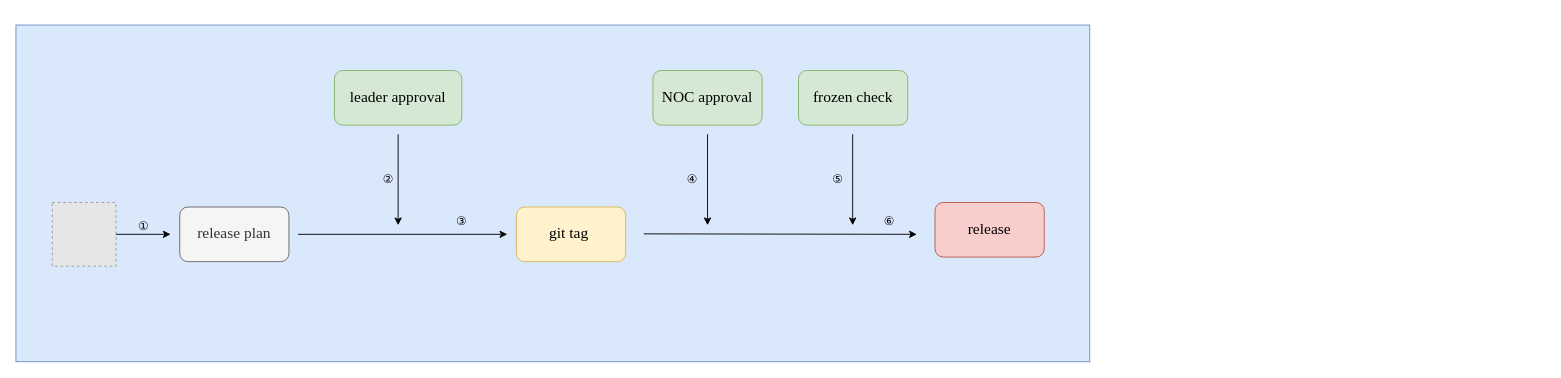
This is configs-infra-cd.drawio from YanshanSong/draw.io, a draw.io file, before an edit. Source tidied: cells renumbered, new cells numbered last; positions are measured from the earlier drawing's top-left corner, leaving out a move shared by most shapes. Both pictures are drawn from the tidied source at 91%, with x=0, y=0 at pixel (15, 25). Pictures stored in the file or linked from it are replaced by grey dashed boxes.
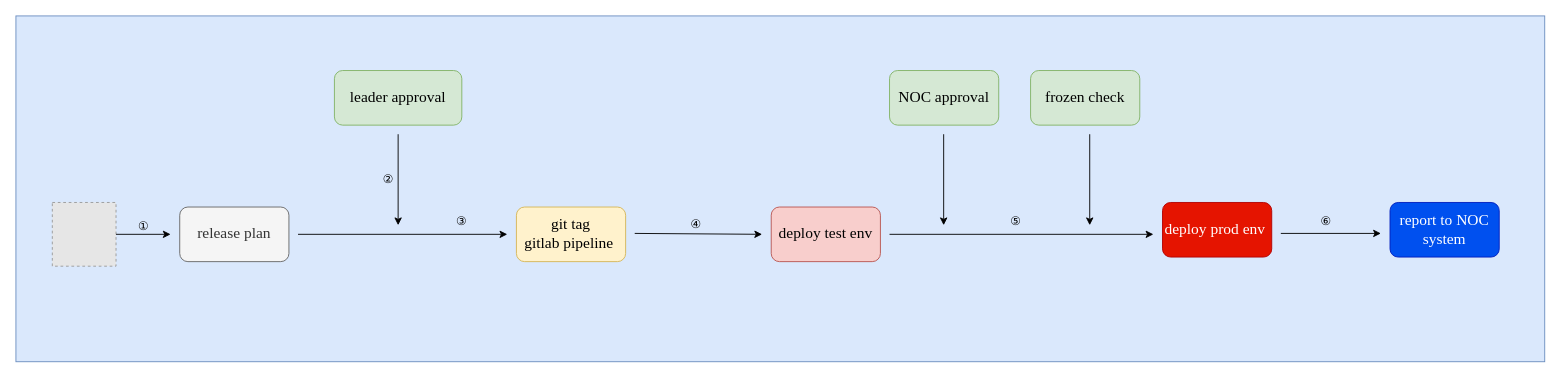
The same page after the edit.

The edit, as a diff of the source:
```diff
@@
     <mxCell id="2" style="rounded=0;whiteSpace=wrap;html=1;fillColor=#dae8fc;strokeColor=#6c8ebf;fontFamily=Times New Roman;" parent="1" vertex="1">
-      <mxGeometry width="1180" height="370" as="geometry" />
+      <mxGeometry y="-10" width="1680" height="380" as="geometry" />
     </mxCell>
@@
-    <mxCell id="8" value="git tag&amp;nbsp;" style="rounded=1;whiteSpace=wrap;html=1;fillColor=#fff2cc;strokeColor=#d6b656;fontFamily=Times New Roman;fontSize=17;" parent="1" vertex="1">
+    <mxCell id="8" value="git tag&lt;br&gt;gitlab pipeline&amp;nbsp;" style="rounded=1;whiteSpace=wrap;html=1;fillColor=#fff2cc;strokeColor=#d6b656;fontFamily=Times New Roman;fontSize=17;" parent="1" vertex="1">
       <mxGeometry x="550" y="200" width="120" height="60" as="geometry" />
     </mxCell>
     <mxCell id="9" value="NOC approval" style="rounded=1;whiteSpace=wrap;html=1;fillColor=#d5e8d4;strokeColor=#82b366;fontFamily=Times New Roman;fontSize=17;" parent="1" vertex="1">
-      <mxGeometry x="700" y="50" width="120" height="60" as="geometry" />
+      <mxGeometry x="960" y="50" width="120" height="60" as="geometry" />
     </mxCell>
@@
     <mxCell id="11" value="frozen check" style="rounded=1;whiteSpace=wrap;html=1;fillColor=#d5e8d4;strokeColor=#82b366;fontFamily=Times New Roman;fontSize=17;" parent="1" vertex="1">
-      <mxGeometry x="860" y="50" width="120" height="60" as="geometry" />
+      <mxGeometry x="1115" y="50" width="120" height="60" as="geometry" />
     </mxCell>
@@
     <mxCell id="13" style="endArrow=classic;html=1;rounded=0;fontFamily=Times New Roman;" parent="1" edge="1">
       <mxGeometry relative="1" as="geometry">
-        <mxPoint x="690" y="229.5" as="sourcePoint" />
-        <mxPoint x="990" y="230" as="targetPoint" />
+        <mxPoint x="680" y="229" as="sourcePoint" />
+        <mxPoint x="820" y="230" as="targetPoint" />
       </mxGeometry>
     </mxCell>
-    <mxCell id="14" value="release" style="rounded=1;whiteSpace=wrap;html=1;fillColor=#f8cecc;strokeColor=#b85450;fontFamily=Times New Roman;fontSize=17;" parent="1" vertex="1">
-      <mxGeometry x="1010" y="195" width="120" height="60" as="geometry" />
+    <mxCell id="14" value="deploy test env" style="rounded=1;whiteSpace=wrap;html=1;fillColor=#f8cecc;strokeColor=#b85450;fontFamily=Times New Roman;fontSize=17;" parent="1" vertex="1">
+      <mxGeometry x="830" y="200" width="120" height="60" as="geometry" />
     </mxCell>
     <mxCell id="15" style="endArrow=classic;html=1;rounded=0;" parent="1" edge="1">
       <mxGeometry relative="1" as="geometry">
-        <mxPoint x="760" y="120" as="sourcePoint" />
-        <mxPoint x="760" y="220" as="targetPoint" />
+        <mxPoint x="1180" y="120" as="sourcePoint" />
+        <mxPoint x="1180" y="220" as="targetPoint" />
       </mxGeometry>
     </mxCell>
     <mxCell id="16" style="endArrow=classic;html=1;rounded=0;" parent="1" edge="1">
       <mxGeometry relative="1" as="geometry">
-        <mxPoint x="919.5" y="120" as="sourcePoint" />
-        <mxPoint x="919.5" y="220" as="targetPoint" />
+        <mxPoint x="1019.5" y="120" as="sourcePoint" />
+        <mxPoint x="1019.5" y="220" as="targetPoint" />
       </mxGeometry>
     </mxCell>
@@
     <mxCell id="19" value="④" style="edgeLabel;html=1;align=center;verticalAlign=middle;labelBackgroundColor=none;fontFamily=Times New Roman;fontSize=13;" parent="1" vertex="1">
-      <mxGeometry x="480" y="230" as="geometry">
+      <mxGeometry x="484" y="280" as="geometry">
         <mxPoint x="262" y="-62" as="offset" />
       </mxGeometry>
     </mxCell>
+    <mxCell id="22" style="endArrow=classic;html=1;rounded=0;fontFamily=Times New Roman;" parent="1" edge="1">
+      <mxGeometry relative="1" as="geometry">
+        <mxPoint x="960" y="230" as="sourcePoint" />
+        <mxPoint x="1250" y="230" as="targetPoint" />
+      </mxGeometry>
+    </mxCell>
+    <mxCell id="23" value="deploy prod env&amp;nbsp;" style="rounded=1;whiteSpace=wrap;html=1;fillColor=#e51400;strokeColor=#B20000;fontFamily=Times New Roman;fontSize=17;fontColor=#ffffff;" parent="1" vertex="1">
+      <mxGeometry x="1260" y="195" width="120" height="60" as="geometry" />
+    </mxCell>
-    <mxCell id="20" value="⑤" style="edgeLabel;html=1;align=center;verticalAlign=middle;labelBackgroundColor=none;fontFamily=Times New Roman;fontSize=13;" parent="1" vertex="1">
-      <mxGeometry x="640" y="230" as="geometry">
-        <mxPoint x="262" y="-62" as="offset" />
-      </mxGeometry>
+    <mxCell id="20" value="⑤" style="text;html=1;strokeColor=none;fillColor=none;align=center;verticalAlign=middle;whiteSpace=wrap;rounded=0;fontSize=13;" parent="1" vertex="1">
+      <mxGeometry x="1069" y="200" width="60" height="30" as="geometry" />
     </mxCell>
+    <mxCell id="24" style="endArrow=classic;html=1;rounded=0;fontFamily=Times New Roman;" parent="1" edge="1">
+      <mxGeometry relative="1" as="geometry">
+        <mxPoint x="1390" y="229" as="sourcePoint" />
+        <mxPoint x="1500" y="229" as="targetPoint" />
+      </mxGeometry>
+    </mxCell>
+    <mxCell id="25" value="report to NOC system" style="rounded=1;whiteSpace=wrap;html=1;fillColor=#0050ef;strokeColor=#001DBC;fontFamily=Times New Roman;fontSize=17;fontColor=#ffffff;" parent="1" vertex="1">
+      <mxGeometry x="1510" y="195" width="120" height="60" as="geometry" />
+    </mxCell>
     <mxCell id="21" value="⑥" style="text;html=1;strokeColor=none;fillColor=none;align=center;verticalAlign=middle;whiteSpace=wrap;rounded=0;fontSize=13;" parent="1" vertex="1">
-      <mxGeometry x="930" y="200" width="60" height="30" as="geometry" />
+      <mxGeometry x="1410" y="200" width="60" height="30" as="geometry" />
     </mxCell>
```
